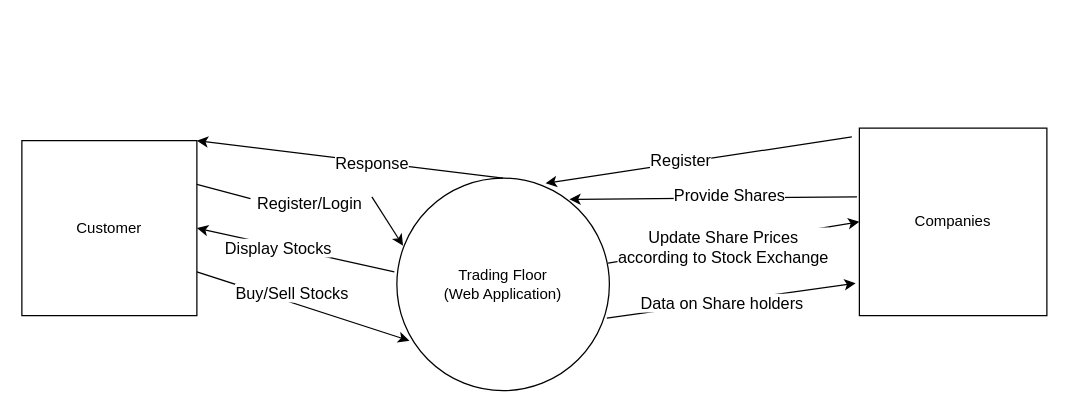
The draw.io diagram se4.drawio in AmanAgrawal21900/Colab-Notebooks, before the edit. Source tidied: cells renumbered, new cells numbered last; positions are measured from the earlier drawing's top-left corner, leaving out a move shared by most shapes. Both pictures are drawn from the tidied source at 125%, with x=0, y=0 at pixel (21, 128).
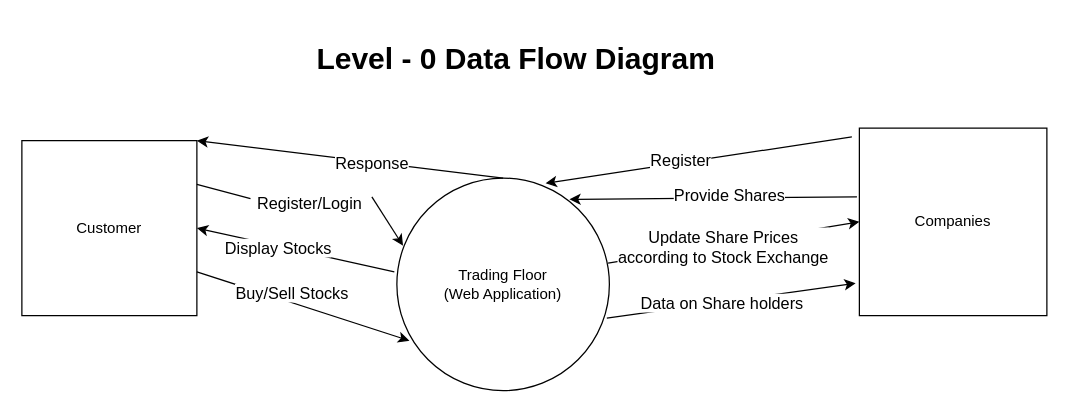
The same diagram, later.

Diff of the diagram source:
```diff
@@
+    <mxCell id="22" value="&lt;h1&gt;Level - 0 Data Flow Diagram&lt;/h1&gt;" style="text;html=1;align=center;verticalAlign=middle;strokeColor=none;fillColor=none;" parent="1" vertex="1">
+      <mxGeometry x="230" y="-80" width="330" height="50" as="geometry" />
+    </mxCell>
```
